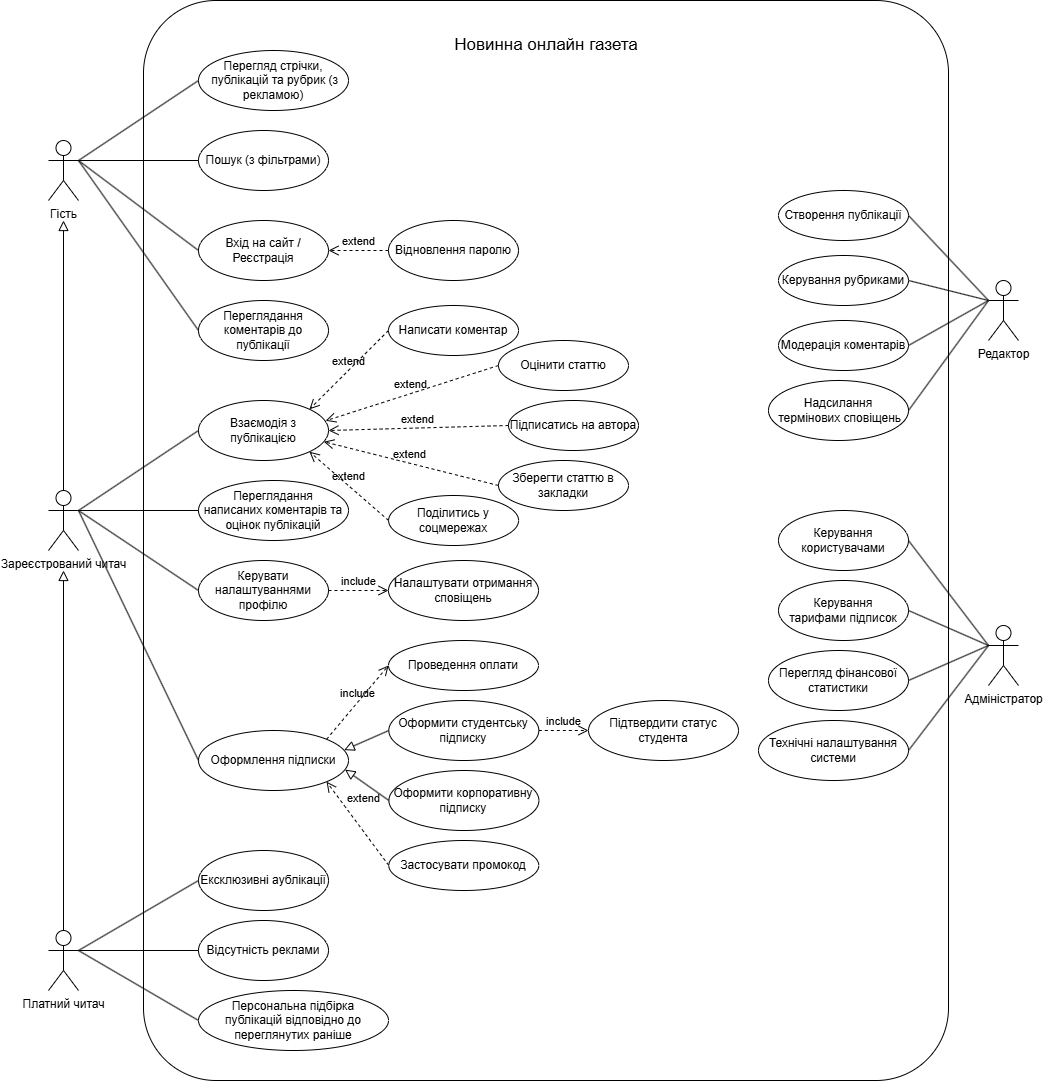
Dubyk-Yura/Online_Newspaper_Curse_work keeps this draw.io diagram as diagrams/use_case.drawio.png. Above is the earlier version. Source tidied: cells renumbered, new cells last; positions are measured from the earlier drawing's top-left corner, leaving out a move shared by most shapes.
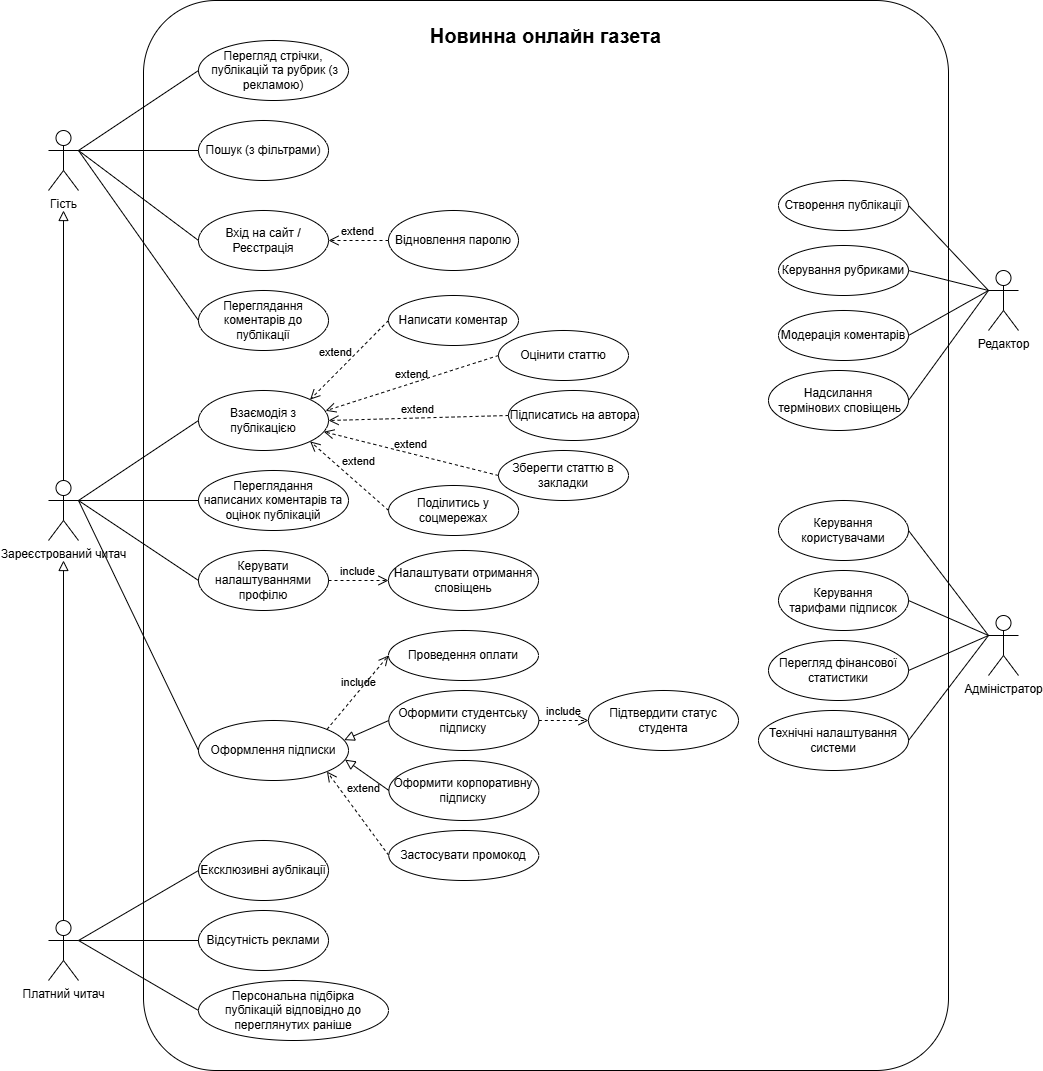
Later version of the same file.

Commit message:
updrade use case diagram, V1.1

What changed in the source:
```diff
@@ -15,7 +15,7 @@
       <mxGeometry x="940" y="625" width="30" height="60" as="geometry" />
     </mxCell>
     <mxCell id="6" style="rounded=1;whiteSpace=wrap;html=1;arcSize=9;" parent="1" vertex="1">
-      <mxGeometry x="95" width="805" height="1080" as="geometry" />
+      <mxGeometry x="95" y="10" width="805" height="1070" as="geometry" />
     </mxCell>
     <mxCell id="7" style="endArrow=block;html=1;rounded=0;align=center;verticalAlign=bottom;endFill=0;labelBackgroundColor=none;endSize=8;exitX=0.5;exitY=0;exitDx=0;exitDy=0;exitPerimeter=0;" parent="1" edge="1" source="3">
       <mxGeometry relative="1" as="geometry">
@@ -36,8 +36,8 @@
     <mxCell id="11" value="Редактор" style="shape=umlActor;verticalLabelPosition=bottom;verticalAlign=top;html=1;outlineConnect=0;" parent="1" vertex="1">
       <mxGeometry x="940" y="280" width="30" height="60" as="geometry" />
     </mxCell>
-    <mxCell id="12" value="&lt;font style=&quot;font-size: 17px;&quot;&gt;Новинна онлайн газета&lt;/font&gt;" style="text;html=1;align=center;verticalAlign=middle;whiteSpace=wrap;rounded=0;strokeWidth=1;" parent="1" vertex="1">
-      <mxGeometry x="402.5" y="30" width="190" height="30" as="geometry" />
+    <mxCell id="12" value="&lt;font style=&quot;color: rgb(0, 0, 0);&quot;&gt;Новинна онлайн газета&lt;/font&gt;" style="text;html=1;align=center;verticalAlign=middle;whiteSpace=wrap;rounded=0;strokeWidth=1;fontStyle=1;fontSize=20;" parent="1" vertex="1">
+      <mxGeometry x="375" y="30" width="245" height="30" as="geometry" />
     </mxCell>
     <mxCell id="13" value="Перегляд стрічки,&lt;br&gt;&amp;nbsp;публікацій та рубрик (з рекламою)" style="ellipse;whiteSpace=wrap;html=1;" parent="1" vertex="1">
       <mxGeometry x="150" y="50" width="150" height="60" as="geometry" />
@@ -78,8 +78,8 @@
     <mxCell id="23" value="extend" style="endArrow=open;startArrow=none;endFill=0;startFill=0;endSize=8;verticalAlign=bottom;dashed=1;labelBackgroundColor=none;exitX=0;exitY=0.5;exitDx=0;exitDy=0;spacingRight=0;labelPosition=center;verticalLabelPosition=top;align=center;html=1;flowAnimation=0;entryX=1;entryY=0.5;entryDx=0;entryDy=0;" parent="1" edge="1" source="38" target="21">
       <mxGeometry x="0.01" relative="1" as="geometry" />
     </mxCell>
-    <mxCell id="24" value="extend" style="endArrow=open;startArrow=none;endFill=0;startFill=0;endSize=8;verticalAlign=bottom;dashed=1;labelBackgroundColor=none;spacingRight=0;labelPosition=center;verticalLabelPosition=top;align=center;html=1;flowAnimation=0;exitX=0;exitY=0.5;exitDx=0;exitDy=0;entryX=1;entryY=0;entryDx=0;entryDy=0;" parent="1" edge="1" source="26" target="22">
-      <mxGeometry x="0.01" relative="1" as="geometry" />
+    <mxCell id="24" value="extend&amp;nbsp;&amp;nbsp;" style="endArrow=open;startArrow=none;endFill=0;startFill=0;endSize=8;verticalAlign=bottom;dashed=1;labelBackgroundColor=none;spacingRight=0;labelPosition=center;verticalLabelPosition=top;align=center;html=1;flowAnimation=0;exitX=0;exitY=0.5;exitDx=0;exitDy=0;entryX=1;entryY=0;entryDx=0;entryDy=0;jumpSize=6;" parent="1" edge="1" source="26" target="22">
+      <mxGeometry x="0.14" y="-7" relative="1" as="geometry" />
     </mxCell>
     <mxCell id="25" value="Керувати налаштуваннями профілю" style="ellipse;whiteSpace=wrap;html=1;" parent="1" vertex="1">
       <mxGeometry x="150" y="560" width="130" height="60" as="geometry" />
@@ -135,7 +135,7 @@
       <mxGeometry x="340.1" y="495" width="130" height="50" as="geometry" />
     </mxCell>
     <mxCell id="42" value="extend" style="endArrow=open;startArrow=none;endFill=0;startFill=0;endSize=8;verticalAlign=bottom;dashed=1;labelBackgroundColor=none;entryX=1;entryY=1;entryDx=0;entryDy=0;spacingRight=0;labelPosition=center;verticalLabelPosition=top;align=center;html=1;flowAnimation=0;exitX=0;exitY=0.5;exitDx=0;exitDy=0;" parent="1" edge="1" source="41" target="22">
-      <mxGeometry x="0.01" relative="1" as="geometry" />
+      <mxGeometry x="-0.07" y="-10" relative="1" as="geometry" />
     </mxCell>
     <mxCell id="43" value="Оформити студентську підписку" style="ellipse;whiteSpace=wrap;html=1;" parent="1" vertex="1">
       <mxGeometry x="340.3" y="700" width="150" height="60" as="geometry" />
```
